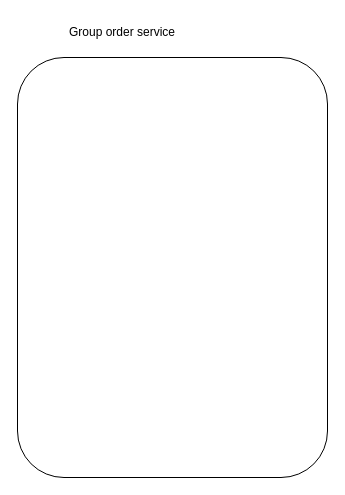
AtoarRahman/draw.io keeps this draw.io diagram as technonext/group-order.drawio. Above is the earlier version. Source tidied: cells renumbered, new cells numbered last; positions are measured from the earlier drawing's top-left corner, leaving out a move shared by most shapes. Both pictures are drawn from the tidied source at 100%, with x=0, y=0 at pixel (17, 17).
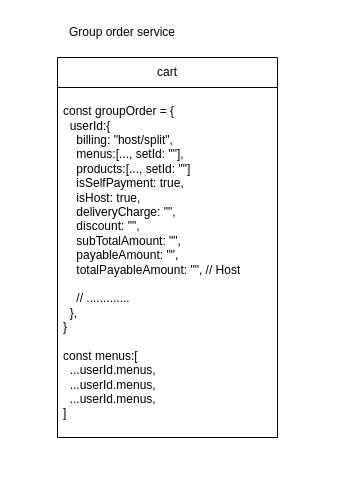
The same page after the edit.

Change to the diagram source:
```diff
@@
 <mxGraphModel>
   <root>
     <mxCell id="0" />
     <mxCell id="1" parent="0" />
-    <mxCell id="2" style="rounded=1;whiteSpace=wrap;html=1;" parent="1" vertex="1">
-      <mxGeometry y="40" width="310" height="420" as="geometry" />
-    </mxCell>
     <mxCell id="3" value="Group order service" style="text;html=1;align=center;verticalAlign=middle;whiteSpace=wrap;rounded=0;" parent="1" vertex="1">
       <mxGeometry x="40" width="130" height="30" as="geometry" />
     </mxCell>
+    <mxCell id="4" value="cart" style="swimlane;fontStyle=0;horizontal=1;startSize=30;whiteSpace=wrap;html=1;" parent="1" vertex="1">
+      <mxGeometry x="40" y="40" width="220" height="380" as="geometry" />
+    </mxCell>
+    <mxCell id="5" value="&lt;div&gt;const groupOrder = {&lt;/div&gt;&lt;div&gt;&amp;nbsp; userId:{&lt;/div&gt;&lt;div&gt;&amp;nbsp; &amp;nbsp; billing: &quot;host/split&quot;,&lt;/div&gt;&lt;div&gt;&amp;nbsp; &amp;nbsp; menus:[..., setId: &quot;&quot;],&lt;/div&gt;&lt;div&gt;&amp;nbsp; &amp;nbsp; products:[..., setId: &quot;&quot;]&lt;/div&gt;&lt;div&gt;&amp;nbsp; &amp;nbsp; isSelfPayment: true,&lt;/div&gt;&lt;div&gt;&amp;nbsp; &amp;nbsp; isHost: true,&lt;/div&gt;&lt;div&gt;&amp;nbsp; &amp;nbsp; deliveryCharge: &quot;&quot;,&lt;/div&gt;&lt;div&gt;&amp;nbsp; &amp;nbsp; discount: &quot;&quot;,&lt;/div&gt;&lt;div&gt;&amp;nbsp; &amp;nbsp; subTotalAmount: &quot;&quot;,&lt;/div&gt;&lt;div&gt;&amp;nbsp; &amp;nbsp; payableAmount: &quot;&quot;,&lt;/div&gt;&lt;div&gt;&amp;nbsp; &amp;nbsp; totalPayableAmount: &quot;&quot;, // Host&lt;/div&gt;&lt;div&gt;&amp;nbsp; &amp;nbsp;&amp;nbsp;&lt;/div&gt;&lt;div&gt;&amp;nbsp; &amp;nbsp; // .............&lt;/div&gt;&lt;div&gt;&amp;nbsp; },&lt;/div&gt;&lt;div&gt;}&lt;/div&gt;&lt;div&gt;&lt;br&gt;&lt;/div&gt;&lt;div&gt;const menus:[&lt;/div&gt;&lt;div&gt;&amp;nbsp; ...userId.menus,&lt;/div&gt;&lt;div&gt;&amp;nbsp; ...userId.menus,&lt;/div&gt;&lt;div&gt;&amp;nbsp; ...userId.menus,&lt;/div&gt;&lt;div&gt;]&lt;/div&gt;" style="text;strokeColor=none;fillColor=none;align=left;verticalAlign=middle;spacingLeft=4;spacingRight=4;overflow=hidden;whiteSpace=wrap;html=1;" parent="4" vertex="1">
+      <mxGeometry y="30" width="220" height="350" as="geometry" />
+    </mxCell>
   </root>
 </mxGraphModel>
```
